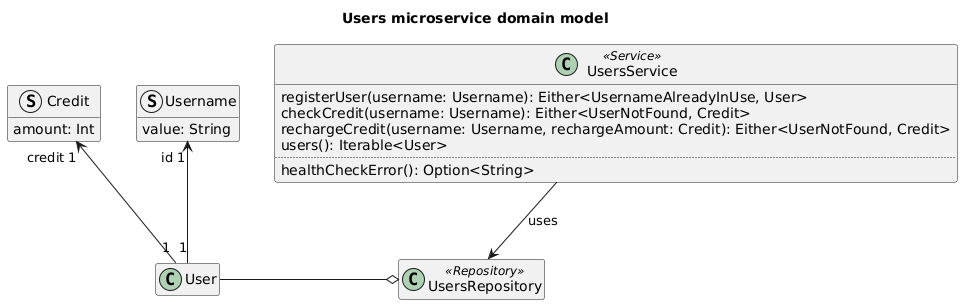
Before: doc/diagrams/users-microservice-domain-model.png, a diagram exported from PlantUML (Ventus218/SAP-assignment-03).
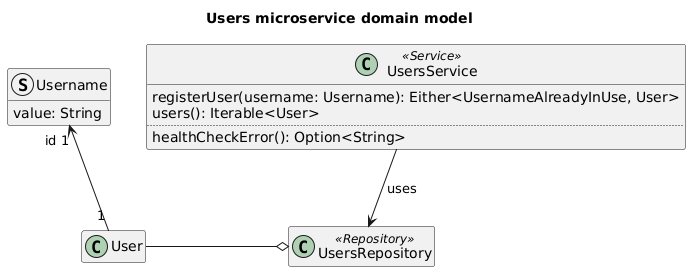
Later version of the same file.

Commit message:
Automatically generated PlantUML diagrams

Diff of the diagram source:
```diff
@@ -9,18 +9,11 @@
 }
 User "1" -u-> "id 1" Username
 
-struct Credit {
-    amount: Int
-}
-User "1" -u-> "credit 1" Credit
-
 class UsersRepository <<Repository>>
 UsersRepository o-l- User
 
 class UsersService <<Service>> {
     registerUser(username: Username): Either<UsernameAlreadyInUse, User>
-    checkCredit(username: Username): Either<UserNotFound, Credit>
-    rechargeCredit(username: Username, rechargeAmount: Credit): Either<UserNotFound, Credit>
     users(): Iterable<User>
     ..
     healthCheckError(): Option<String>
```
